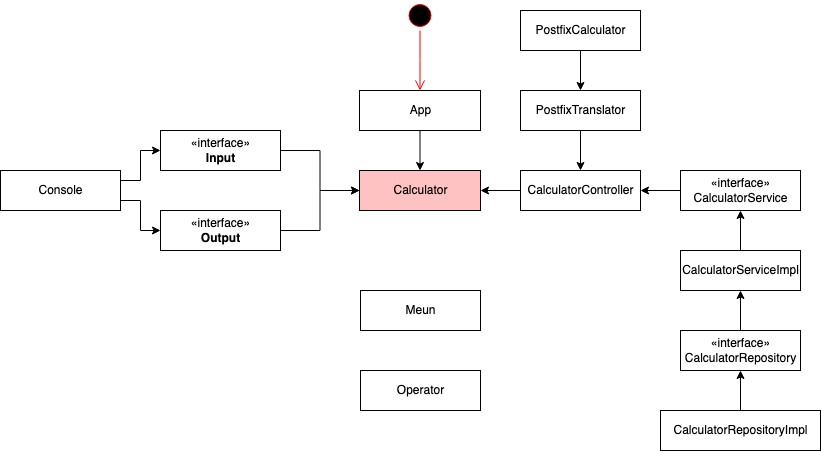
This is UML.png from prgrms-be-devcourse/java-calculator, a draw.io export, as it was before one commit. Source tidied: cells renumbered, new cells last; positions are measured from the earlier drawing's top-left corner, leaving out a move shared by most shapes.
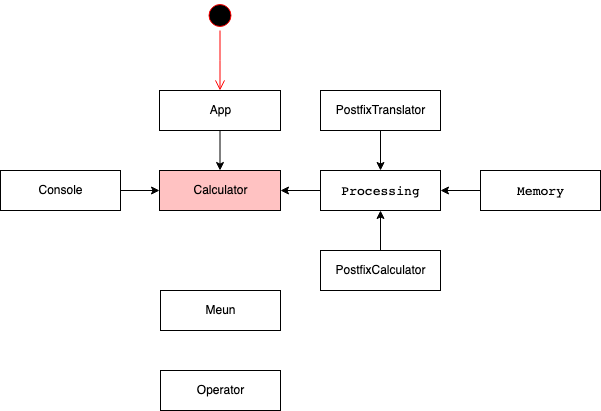
After the commit.

Commit message:
리드미 파일을 구정하라

The edit, as a diff of the source:
```diff
@@ -26,58 +26,23 @@
     <mxCell id="7" style="edgeStyle=orthogonalEdgeStyle;rounded=0;jettySize=auto;html=1;exitX=0;exitY=0.5;exitDx=0;exitDy=0;entryX=1;entryY=0.5;entryDx=0;entryDy=0;" parent="1" edge="1" source="8" target="6">
       <mxGeometry relative="1" as="geometry" />
     </mxCell>
-    <mxCell id="8" value="CalculatorController" style="html=1;" parent="1" vertex="1">
+    <mxCell id="8" value="&lt;pre style=&quot;background-color: rgb(255, 255, 255); font-family: &amp;quot;JetBrains Mono&amp;quot;, monospace; font-size: 9.8pt;&quot;&gt;Processing&lt;/pre&gt;" style="html=1;" parent="1" vertex="1">
       <mxGeometry x="520" y="170" width="120" height="40" as="geometry" />
     </mxCell>
     <mxCell id="9" style="edgeStyle=orthogonalEdgeStyle;rounded=0;orthogonalLoop=1;jettySize=auto;html=1;exitX=0.5;exitY=1;exitDx=0;exitDy=0;" parent="1" edge="1" source="8" target="8">
       <mxGeometry relative="1" as="geometry" />
     </mxCell>
-    <mxCell id="10" style="edgeStyle=orthogonalEdgeStyle;rounded=0;jettySize=auto;html=1;exitX=1;exitY=0.25;exitDx=0;exitDy=0;entryX=0;entryY=0.5;entryDx=0;entryDy=0;" parent="1" edge="1" source="12" target="20">
-      <mxGeometry relative="1" as="geometry" />
-    </mxCell>
-    <mxCell id="11" style="edgeStyle=orthogonalEdgeStyle;rounded=0;jettySize=auto;html=1;exitX=1;exitY=0.75;exitDx=0;exitDy=0;entryX=0;entryY=0.5;entryDx=0;entryDy=0;" parent="1" edge="1" source="12" target="18">
-      <mxGeometry relative="1" as="geometry" />
-    </mxCell>
+    <mxCell id="31" style="edgeStyle=orthogonalEdgeStyle;rounded=0;jettySize=auto;html=1;exitX=1;exitY=0.5;exitDx=0;exitDy=0;" parent="1" edge="1" source="12" target="6">
+      <mxGeometry relative="1" as="geometry" />
+    </mxCell>
     <mxCell id="12" value="Console" style="html=1;" parent="1" vertex="1">
-      <mxGeometry y="170" width="120" height="40" as="geometry" />
+      <mxGeometry x="200" y="170" width="120" height="40" as="geometry" />
     </mxCell>
-    <mxCell id="13" style="edgeStyle=orthogonalEdgeStyle;rounded=0;jettySize=auto;html=1;exitX=0;exitY=0.5;exitDx=0;exitDy=0;entryX=1;entryY=0.5;entryDx=0;entryDy=0;" parent="1" edge="1" target="8">
-      <mxGeometry relative="1" as="geometry">
-        <mxPoint x="680" y="190" as="sourcePoint" />
-      </mxGeometry>
-    </mxCell>
-    <mxCell id="14" style="edgeStyle=orthogonalEdgeStyle;rounded=0;jettySize=auto;html=1;exitX=0.5;exitY=0;exitDx=0;exitDy=0;entryX=0.5;entryY=1;entryDx=0;entryDy=0;" parent="1" edge="1" source="15" target="16">
-      <mxGeometry relative="1" as="geometry" />
-    </mxCell>
-    <mxCell id="15" value="CalculatorServiceImpl" style="html=1;" parent="1" vertex="1">
-      <mxGeometry x="680" y="250" width="120" height="40" as="geometry" />
-    </mxCell>
-    <mxCell id="16" value="«interface»&lt;br&gt;CalculatorService" style="html=1;fillColor=#FFFFFF;" parent="1" vertex="1">
-      <mxGeometry x="680" y="170" width="120" height="40" as="geometry" />
-    </mxCell>
-    <mxCell id="17" style="edgeStyle=orthogonalEdgeStyle;rounded=0;jettySize=auto;html=1;exitX=1;exitY=0.5;exitDx=0;exitDy=0;entryX=0;entryY=0.5;entryDx=0;entryDy=0;" parent="1" edge="1" source="18" target="6">
-      <mxGeometry relative="1" as="geometry" />
-    </mxCell>
-    <mxCell id="18" value="«interface»&lt;br&gt;&lt;b&gt;Output&lt;/b&gt;" style="html=1;fillColor=#FFFFFF;" parent="1" vertex="1">
-      <mxGeometry x="160" y="210" width="120" height="40" as="geometry" />
-    </mxCell>
-    <mxCell id="19" style="edgeStyle=orthogonalEdgeStyle;rounded=0;jettySize=auto;html=1;exitX=1;exitY=0.5;exitDx=0;exitDy=0;entryX=0;entryY=0.5;entryDx=0;entryDy=0;" parent="1" edge="1" source="20" target="6">
-      <mxGeometry relative="1" as="geometry" />
-    </mxCell>
-    <mxCell id="20" value="«interface»&lt;br&gt;&lt;b&gt;Input&lt;/b&gt;" style="html=1;fillColor=#FFFFFF;" parent="1" vertex="1">
-      <mxGeometry x="160" y="130" width="120" height="40" as="geometry" />
-    </mxCell>
-    <mxCell id="21" style="edgeStyle=orthogonalEdgeStyle;rounded=0;jettySize=auto;html=1;exitX=0.5;exitY=0;exitDx=0;exitDy=0;entryX=0.5;entryY=1;entryDx=0;entryDy=0;" parent="1" edge="1" source="22" target="15">
-      <mxGeometry relative="1" as="geometry" />
-    </mxCell>
-    <mxCell id="22" value="«interface»&lt;br&gt;CalculatorRepository" style="html=1;fillColor=#FFFFFF;" parent="1" vertex="1">
-      <mxGeometry x="680" y="330" width="120" height="40" as="geometry" />
-    </mxCell>
-    <mxCell id="23" style="edgeStyle=orthogonalEdgeStyle;rounded=0;jettySize=auto;html=1;exitX=0.5;exitY=0;exitDx=0;exitDy=0;entryX=0.5;entryY=1;entryDx=0;entryDy=0;" parent="1" edge="1" source="24" target="22">
-      <mxGeometry relative="1" as="geometry" />
-    </mxCell>
+    <mxCell id="32" style="edgeStyle=orthogonalEdgeStyle;rounded=0;jettySize=auto;html=1;exitX=0;exitY=0.5;exitDx=0;exitDy=0;entryX=1;entryY=0.5;entryDx=0;entryDy=0;" parent="1" edge="1" source="24" target="8">
+      <mxGeometry relative="1" as="geometry" />
+    </mxCell>
-    <mxCell id="24" value="CalculatorRepositoryImpl" style="html=1;" parent="1" vertex="1">
-      <mxGeometry x="660" y="410" width="160" height="40" as="geometry" />
+    <mxCell id="24" value="&lt;pre style=&quot;background-color: rgb(255, 255, 255); font-family: &amp;quot;JetBrains Mono&amp;quot;, monospace; font-size: 9.8pt;&quot;&gt;Memory&lt;/pre&gt;" style="html=1;" parent="1" vertex="1">
+      <mxGeometry x="680" y="170" width="120" height="40" as="geometry" />
     </mxCell>
     <mxCell id="25" style="edgeStyle=orthogonalEdgeStyle;rounded=0;jettySize=auto;html=1;exitX=0.5;exitY=1;exitDx=0;exitDy=0;entryX=0.5;entryY=0;entryDx=0;entryDy=0;" parent="1" edge="1" source="26" target="8">
       <mxGeometry relative="1" as="geometry" />
@@ -85,11 +50,11 @@
     <mxCell id="26" value="PostfixTranslator" style="html=1;" parent="1" vertex="1">
       <mxGeometry x="520" y="90" width="120" height="40" as="geometry" />
     </mxCell>
-    <mxCell id="27" style="edgeStyle=orthogonalEdgeStyle;rounded=0;jettySize=auto;html=1;exitX=0.5;exitY=1;exitDx=0;exitDy=0;entryX=0.5;entryY=0;entryDx=0;entryDy=0;" parent="1" edge="1" source="28" target="26">
-      <mxGeometry relative="1" as="geometry" />
-    </mxCell>
+    <mxCell id="33" style="edgeStyle=orthogonalEdgeStyle;rounded=0;jettySize=auto;html=1;exitX=0.5;exitY=0;exitDx=0;exitDy=0;entryX=0.5;entryY=1;entryDx=0;entryDy=0;" parent="1" edge="1" source="28" target="8">
+      <mxGeometry relative="1" as="geometry" />
+    </mxCell>
     <mxCell id="28" value="PostfixCalculator" style="html=1;" parent="1" vertex="1">
-      <mxGeometry x="520" y="10" width="120" height="40" as="geometry" />
+      <mxGeometry x="520" y="250" width="120" height="40" as="geometry" />
     </mxCell>
     <mxCell id="29" value="Meun" style="html=1;" parent="1" vertex="1">
       <mxGeometry x="360" y="290" width="120" height="40" as="geometry" />
```
